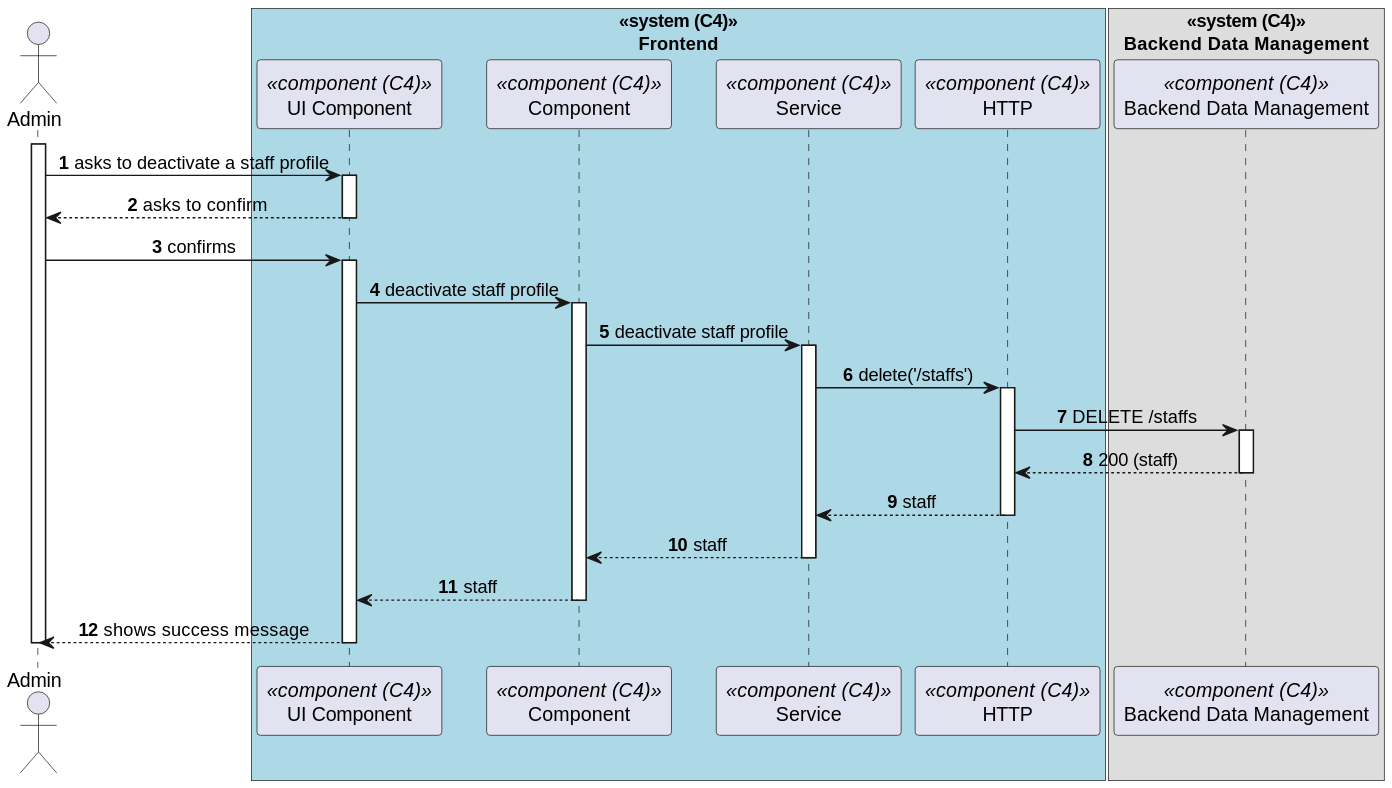
This is docs/sprint-b/us-6.2.12/views/level3/process-view.svg from 1220846/sem5pi-24-25-3ddg20, a PlantUML export, as it was before one commit.
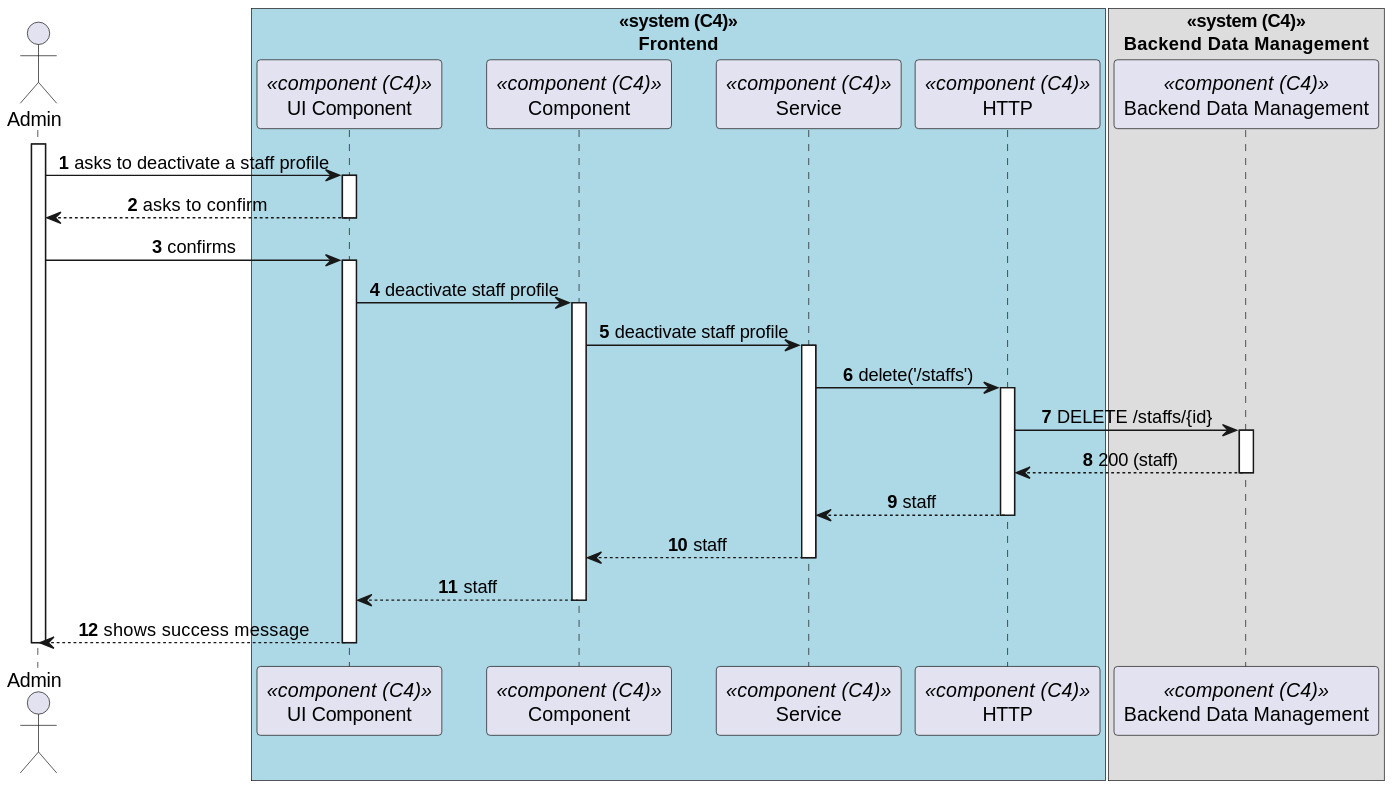
The same diagram one commit later.

Diff of the diagram source:
```diff
@@ -26,7 +26,7 @@
             activate SRV
                 SRV -> HTTP : delete('/staffs')
                 activate HTTP
-                    HTTP -> BackendDataManagement : DELETE /staffs
+                    HTTP -> BackendDataManagement : DELETE /staffs/{id}
                     activate BackendDataManagement
                         BackendDataManagement --> HTTP : 200 (staff)
                     deactivate BackendDataManagement
```
